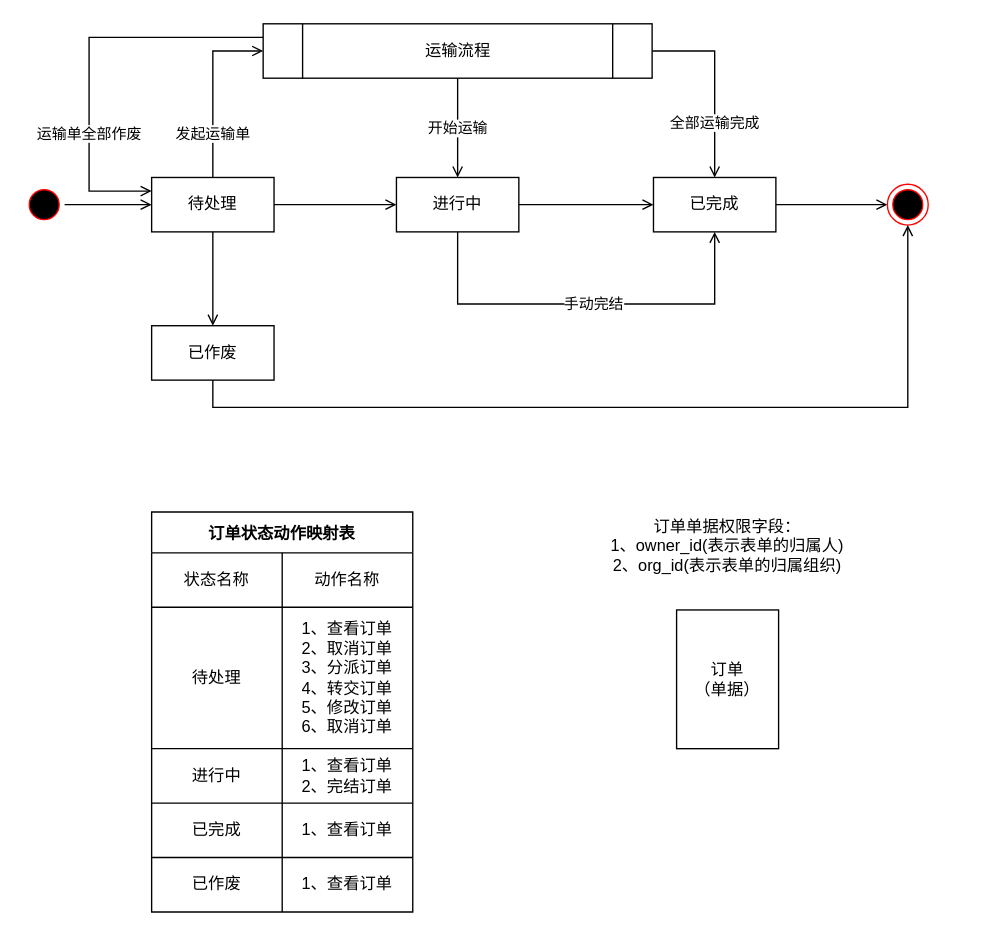
Earlier version of the draw.io diagram page "业务流程-物流-订单-02" (3 of 3) of docs/EA.drawio (lokiworks/codebase). Source tidied: cells renumbered, new cells numbered last; positions are measured from the earlier drawing's top-left corner, leaving out a move shared by most shapes. Both pictures are drawn from the tidied source at 136%, with x=0, y=0 at pixel (23, 23).
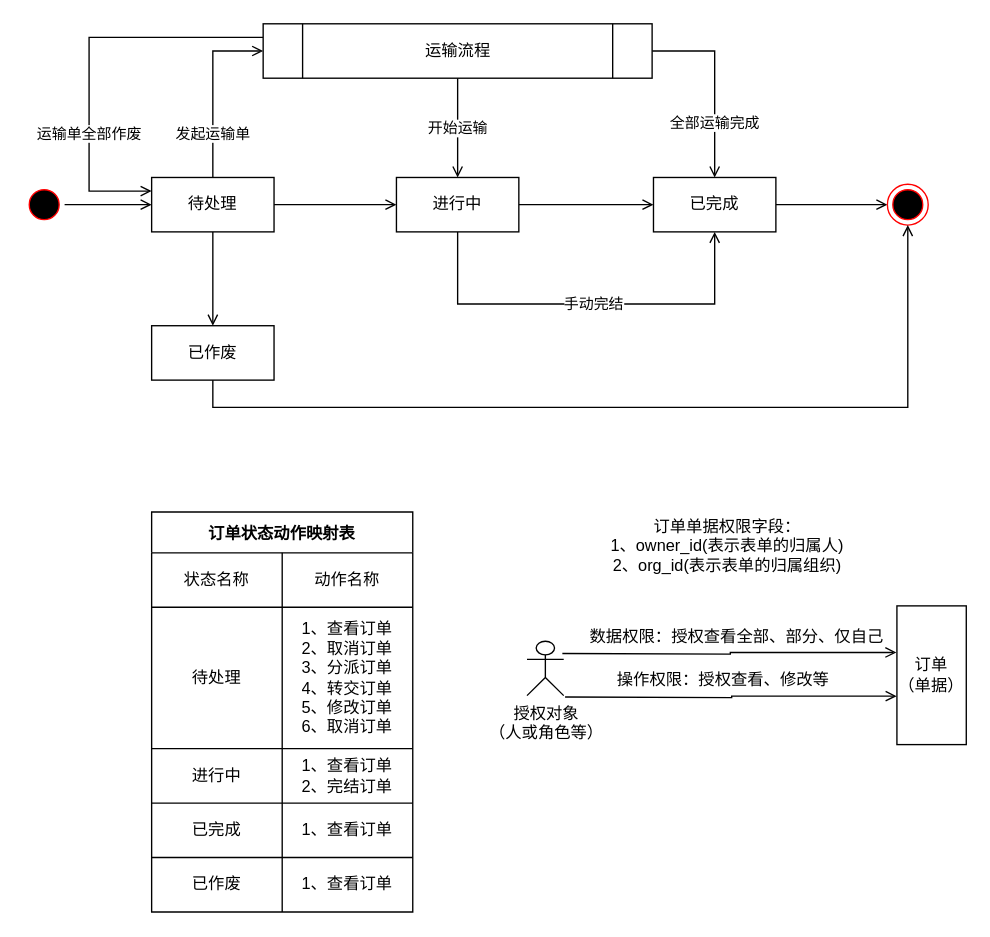
The same page after the edit.

What changed in the source:
```diff
@@
     <mxCell id="38" value="订单&lt;br&gt;（单据）" style="rounded=0;whiteSpace=wrap;html=1;fontColor=#000000;fillColor=#FFFFFF;" parent="1" vertex="1">
-      <mxGeometry x="480" y="431" width="75" height="102" as="geometry" />
+      <mxGeometry x="642" y="428" width="51" height="102" as="geometry" />
     </mxCell>
+    <mxCell id="39" style="edgeStyle=orthogonalEdgeStyle;rounded=0;jettySize=auto;html=1;fontColor=#000000;startArrow=none;startFill=0;endArrow=open;endFill=0;entryX=-0.008;entryY=0.336;entryDx=0;entryDy=0;entryPerimeter=0;" parent="1" edge="1" target="38">
+      <mxGeometry relative="1" as="geometry">
+        <mxPoint x="396" y="463" as="sourcePoint" />
+      </mxGeometry>
+    </mxCell>
+    <mxCell id="40" value="授权对象&lt;br&gt;（人或角色等）" style="shape=umlActor;verticalLabelPosition=bottom;verticalAlign=top;html=1;fontColor=#000000;fillColor=#FFFFFF;" parent="1" vertex="1">
+      <mxGeometry x="370" y="454" width="27" height="40" as="geometry" />
+    </mxCell>
+    <mxCell id="41" value="数据权限：授权查看全部、部分、仅自己" style="text;html=1;strokeColor=none;fillColor=none;align=center;verticalAlign=middle;whiteSpace=wrap;rounded=0;fontColor=#000000;" parent="1" vertex="1">
+      <mxGeometry x="410" y="440" width="229" height="22" as="geometry" />
+    </mxCell>
+    <mxCell id="42" style="edgeStyle=orthogonalEdgeStyle;rounded=0;jettySize=auto;html=1;fontColor=#000000;startArrow=none;startFill=0;endArrow=open;endFill=0;entryX=-0.004;entryY=0.651;entryDx=0;entryDy=0;entryPerimeter=0;" parent="1" edge="1" target="38">
+      <mxGeometry relative="1" as="geometry">
+        <mxPoint x="398" y="495" as="sourcePoint" />
+      </mxGeometry>
+    </mxCell>
+    <mxCell id="43" value="操作权限：授权查看、修改等" style="text;html=1;strokeColor=none;fillColor=none;align=center;verticalAlign=middle;whiteSpace=wrap;rounded=0;fontColor=#000000;" parent="1" vertex="1">
+      <mxGeometry x="410" y="472" width="209" height="22" as="geometry" />
+    </mxCell>
```
